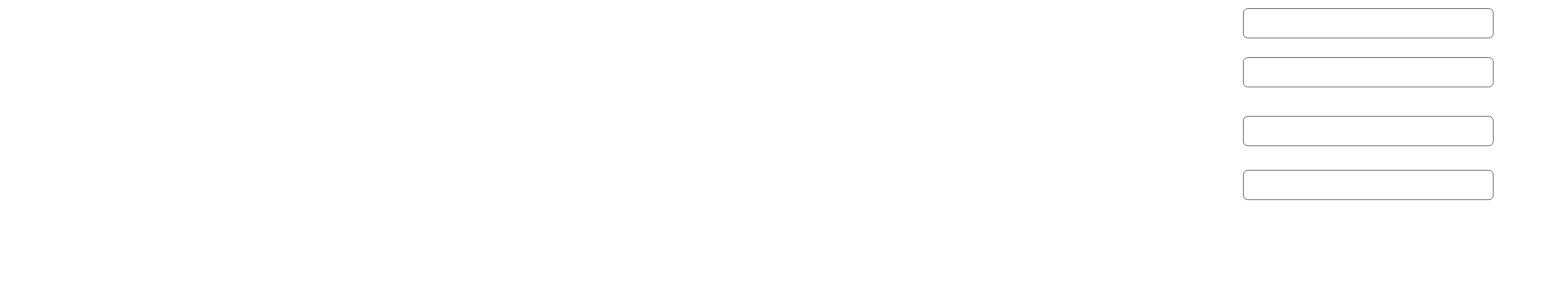
Before: 未命名绘图.drawio in YangDongDD/-, a draw.io diagram. Source tidied: cells renumbered, new cells numbered last; positions are measured from the earlier drawing's top-left corner, leaving out a move shared by most shapes. Both pictures are drawn from the tidied source at 49%, with x=0, y=0 at pixel (1243, 8).
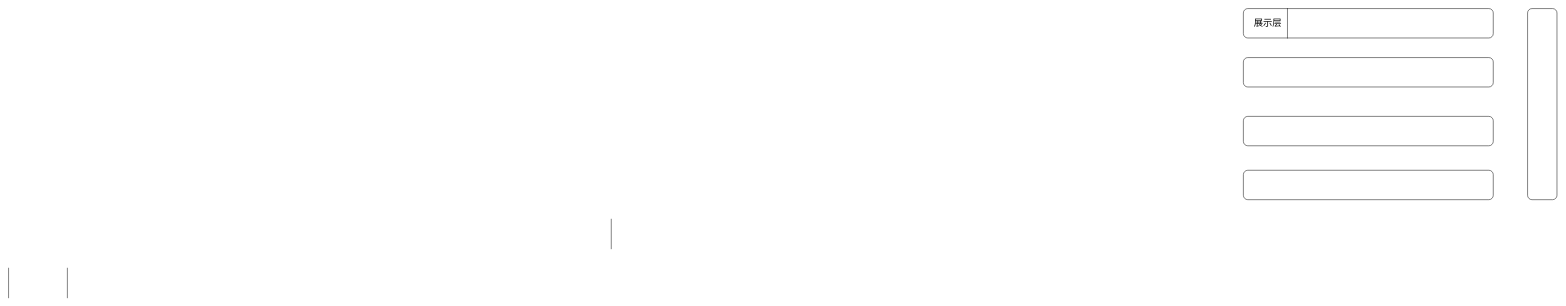
Above is the later version.

Commit message (it also covers changes not shown here):
更新未命名绘图.drawio

Change to the diagram source:
```diff
@@
 <mxGraphModel>
   <root>
     <mxCell id="0" />
     <mxCell id="1" parent="0" />
     <mxCell id="2" style="rounded=1;whiteSpace=wrap;html=1;" parent="1" vertex="1">
       <mxGeometry width="510" height="60" as="geometry" />
     </mxCell>
     <mxCell id="3" style="rounded=1;whiteSpace=wrap;html=1;" parent="1" vertex="1">
       <mxGeometry y="100" width="510" height="60" as="geometry" />
     </mxCell>
     <mxCell id="4" style="rounded=1;whiteSpace=wrap;html=1;" parent="1" vertex="1">
       <mxGeometry y="220" width="510" height="60" as="geometry" />
     </mxCell>
     <mxCell id="5" style="rounded=1;whiteSpace=wrap;html=1;" parent="1" vertex="1">
       <mxGeometry y="330" width="510" height="60" as="geometry" />
     </mxCell>
+    <mxCell id="6" style="rounded=1;whiteSpace=wrap;html=1;rotation=90;" parent="1" vertex="1">
+      <mxGeometry x="415" y="165" width="390" height="60" as="geometry" />
+    </mxCell>
+    <mxCell id="7" style="shape=partialRectangle;whiteSpace=wrap;html=1;top=0;bottom=0;fillColor=none;" parent="1" vertex="1">
+      <mxGeometry x="-2520" y="530" width="120" height="60" as="geometry" />
+    </mxCell>
+    <mxCell id="8" style="shape=partialRectangle;whiteSpace=wrap;html=1;right=0;top=0;bottom=0;fillColor=none;routingCenterX=-0.5;" parent="1" vertex="1">
+      <mxGeometry x="-1290" y="430" width="120" height="60" as="geometry" />
+    </mxCell>
+    <mxCell id="9" style="shape=partialRectangle;whiteSpace=wrap;html=1;right=0;top=0;bottom=0;fillColor=none;routingCenterX=-0.5;" parent="1" vertex="1">
+      <mxGeometry x="90" width="120" height="60" as="geometry" />
+    </mxCell>
+    <mxCell id="10" value="展示层" style="text;html=1;strokeColor=none;fillColor=none;align=center;verticalAlign=middle;whiteSpace=wrap;rounded=0;fontSize=19;" parent="1" vertex="1">
+      <mxGeometry x="20" y="15" width="60" height="30" as="geometry" />
+    </mxCell>
   </root>
 </mxGraphModel>
```
